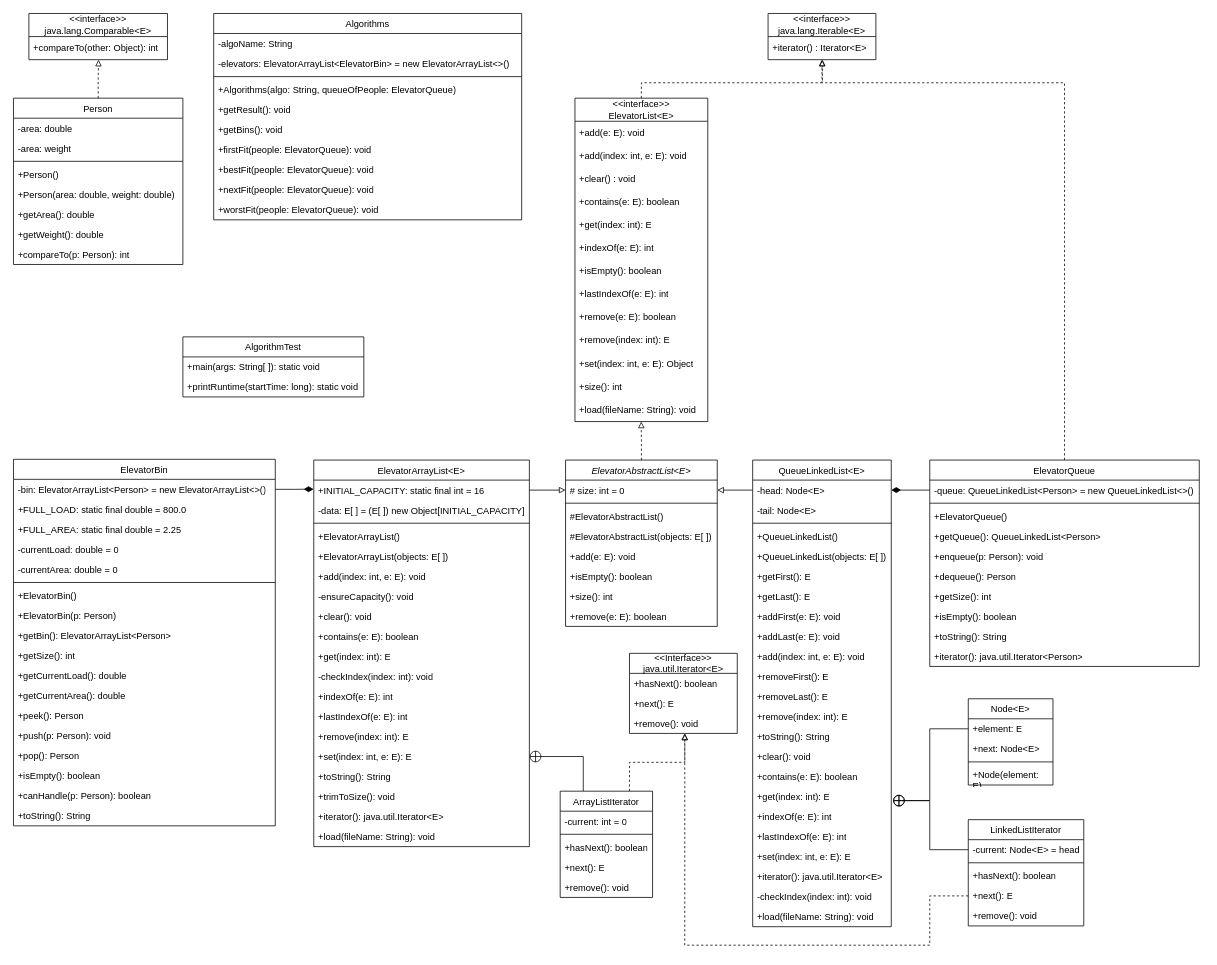
The draw.io diagram page "UML" (5 of 5) of flowcharts/flowcharts.drawio in Violetlily6060/Algorithm, before the edit. Source tidied: cells renumbered, new cells numbered last; positions are measured from the earlier drawing's top-left corner, leaving out a move shared by most shapes. Both pictures are drawn from the tidied source at 77%, with x=0, y=0 at pixel (13, 13).
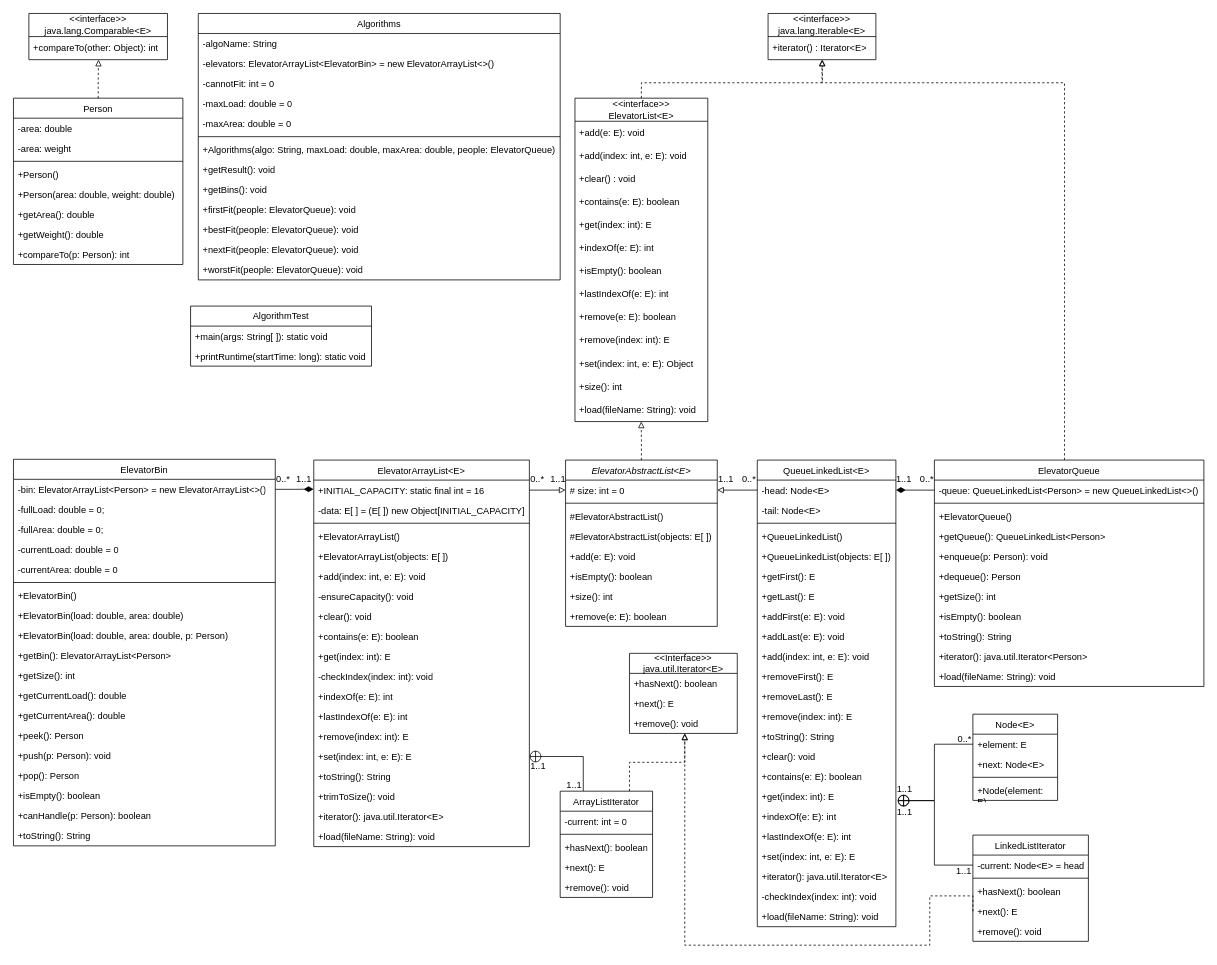
The same page after the edit.

Change to the diagram source:
```diff
@@
     <mxCell id="56" value="&lt;span style=&quot;font-weight: normal;&quot;&gt;QueueLinkedList&amp;lt;E&amp;gt;&lt;/span&gt;" style="swimlane;fontStyle=1;align=center;verticalAlign=top;horizontal=1;startSize=26;whiteSpace=wrap;html=1;" parent="1" vertex="1">
-      <mxGeometry x="960" y="580" width="180" height="606" as="geometry" />
+      <mxGeometry x="966" y="580" width="180" height="606" as="geometry" />
     </mxCell>
@@
     <mxCell id="84" value="&lt;span style=&quot;font-weight: normal;&quot;&gt;LinkedListIterator&lt;/span&gt;" style="swimlane;fontStyle=1;align=center;verticalAlign=top;horizontal=1;startSize=26;whiteSpace=wrap;html=1;" parent="1" vertex="1">
-      <mxGeometry x="1240" y="1047" width="150" height="138" as="geometry" />
+      <mxGeometry x="1246" y="1067" width="150" height="138" as="geometry" />
     </mxCell>
@@
     <mxCell id="90" value="&lt;span style=&quot;font-weight: normal;&quot;&gt;Node&amp;lt;E&amp;gt;&lt;/span&gt;" style="swimlane;fontStyle=1;align=center;verticalAlign=top;horizontal=1;startSize=26;whiteSpace=wrap;html=1;" parent="1" vertex="1">
-      <mxGeometry x="1240" y="890" width="110" height="112" as="geometry" />
+      <mxGeometry x="1246" y="910" width="110" height="112" as="geometry" />
     </mxCell>
@@
     <mxCell id="95" value="&lt;span style=&quot;font-weight: normal;&quot;&gt;ElevatorBin&lt;/span&gt;" style="swimlane;fontStyle=1;align=center;verticalAlign=top;horizontal=1;startSize=26;whiteSpace=wrap;html=1;" parent="1" vertex="1">
-      <mxGeometry y="579" width="340" height="476" as="geometry" />
+      <mxGeometry y="579" width="340" height="502" as="geometry" />
     </mxCell>
@@
-    <mxCell id="97" value="+FULL_LOAD: static final double = 800.0" style="text;strokeColor=none;fillColor=none;align=left;verticalAlign=top;spacingLeft=4;spacingRight=4;overflow=hidden;whiteSpace=wrap;html=1;" parent="95" vertex="1">
+    <mxCell id="97" value="-fullLoad: double = 0;" style="text;strokeColor=none;fillColor=none;align=left;verticalAlign=top;spacingLeft=4;spacingRight=4;overflow=hidden;whiteSpace=wrap;html=1;" parent="95" vertex="1">
       <mxGeometry y="52" width="340" height="26" as="geometry" />
     </mxCell>
-    <mxCell id="98" value="+FULL_AREA: static final double = 2.25" style="text;strokeColor=none;fillColor=none;align=left;verticalAlign=top;spacingLeft=4;spacingRight=4;overflow=hidden;whiteSpace=wrap;html=1;" parent="95" vertex="1">
+    <mxCell id="98" value="-fullArea: double = 0;" style="text;strokeColor=none;fillColor=none;align=left;verticalAlign=top;spacingLeft=4;spacingRight=4;overflow=hidden;whiteSpace=wrap;html=1;" parent="95" vertex="1">
       <mxGeometry y="78" width="340" height="26" as="geometry" />
     </mxCell>
@@
+    <mxCell id="160" value="+ElevatorBin(load: double, area: double)" style="text;strokeColor=none;fillColor=none;align=left;verticalAlign=top;spacingLeft=4;spacingRight=4;overflow=hidden;whiteSpace=wrap;html=1;" parent="95" vertex="1">
+      <mxGeometry y="190" width="340" height="26" as="geometry" />
+    </mxCell>
-    <mxCell id="103" value="+ElevatorBin(p: Person)" style="text;strokeColor=none;fillColor=none;align=left;verticalAlign=top;spacingLeft=4;spacingRight=4;overflow=hidden;whiteSpace=wrap;html=1;" parent="95" vertex="1">
-      <mxGeometry y="190" width="340" height="26" as="geometry" />
+    <mxCell id="103" value="+ElevatorBin(load: double, area: double, p: Person)" style="text;strokeColor=none;fillColor=none;align=left;verticalAlign=top;spacingLeft=4;spacingRight=4;overflow=hidden;whiteSpace=wrap;html=1;" parent="95" vertex="1">
+      <mxGeometry y="216" width="340" height="26" as="geometry" />
     </mxCell>
     <mxCell id="104" value="+getBin(): ElevatorArrayList&amp;lt;Person&amp;gt;" style="text;strokeColor=none;fillColor=none;align=left;verticalAlign=top;spacingLeft=4;spacingRight=4;overflow=hidden;whiteSpace=wrap;html=1;" parent="95" vertex="1">
-      <mxGeometry y="216" width="340" height="26" as="geometry" />
+      <mxGeometry y="242" width="340" height="26" as="geometry" />
     </mxCell>
     <mxCell id="105" value="+getSize(): int" style="text;strokeColor=none;fillColor=none;align=left;verticalAlign=top;spacingLeft=4;spacingRight=4;overflow=hidden;whiteSpace=wrap;html=1;" parent="95" vertex="1">
-      <mxGeometry y="242" width="340" height="26" as="geometry" />
+      <mxGeometry y="268" width="340" height="26" as="geometry" />
     </mxCell>
     <mxCell id="106" value="+getCurrentLoad(): double" style="text;strokeColor=none;fillColor=none;align=left;verticalAlign=top;spacingLeft=4;spacingRight=4;overflow=hidden;whiteSpace=wrap;html=1;" parent="95" vertex="1">
-      <mxGeometry y="268" width="340" height="26" as="geometry" />
+      <mxGeometry y="294" width="340" height="26" as="geometry" />
     </mxCell>
     <mxCell id="107" value="+getCurrentArea(): double" style="text;strokeColor=none;fillColor=none;align=left;verticalAlign=top;spacingLeft=4;spacingRight=4;overflow=hidden;whiteSpace=wrap;html=1;" parent="95" vertex="1">
-      <mxGeometry y="294" width="340" height="26" as="geometry" />
+      <mxGeometry y="320" width="340" height="26" as="geometry" />
     </mxCell>
     <mxCell id="108" value="+peek(): Person" style="text;strokeColor=none;fillColor=none;align=left;verticalAlign=top;spacingLeft=4;spacingRight=4;overflow=hidden;whiteSpace=wrap;html=1;" parent="95" vertex="1">
-      <mxGeometry y="320" width="340" height="26" as="geometry" />
+      <mxGeometry y="346" width="340" height="26" as="geometry" />
     </mxCell>
     <mxCell id="109" value="+push(p: Person): void" style="text;strokeColor=none;fillColor=none;align=left;verticalAlign=top;spacingLeft=4;spacingRight=4;overflow=hidden;whiteSpace=wrap;html=1;" parent="95" vertex="1">
-      <mxGeometry y="346" width="340" height="26" as="geometry" />
+      <mxGeometry y="372" width="340" height="26" as="geometry" />
     </mxCell>
     <mxCell id="110" value="+pop(): Person" style="text;strokeColor=none;fillColor=none;align=left;verticalAlign=top;spacingLeft=4;spacingRight=4;overflow=hidden;whiteSpace=wrap;html=1;" parent="95" vertex="1">
-      <mxGeometry y="372" width="340" height="26" as="geometry" />
+      <mxGeometry y="398" width="340" height="26" as="geometry" />
     </mxCell>
     <mxCell id="111" value="+isEmpty(): boolean" style="text;strokeColor=none;fillColor=none;align=left;verticalAlign=top;spacingLeft=4;spacingRight=4;overflow=hidden;whiteSpace=wrap;html=1;" parent="95" vertex="1">
-      <mxGeometry y="398" width="340" height="26" as="geometry" />
+      <mxGeometry y="424" width="340" height="26" as="geometry" />
     </mxCell>
     <mxCell id="112" value="+canHandle(p: Person): boolean" style="text;strokeColor=none;fillColor=none;align=left;verticalAlign=top;spacingLeft=4;spacingRight=4;overflow=hidden;whiteSpace=wrap;html=1;" parent="95" vertex="1">
-      <mxGeometry y="424" width="340" height="26" as="geometry" />
+      <mxGeometry y="450" width="340" height="26" as="geometry" />
     </mxCell>
     <mxCell id="113" value="+toString(): String" style="text;strokeColor=none;fillColor=none;align=left;verticalAlign=top;spacingLeft=4;spacingRight=4;overflow=hidden;whiteSpace=wrap;html=1;" parent="95" vertex="1">
-      <mxGeometry y="450" width="340" height="26" as="geometry" />
+      <mxGeometry y="476" width="340" height="26" as="geometry" />
     </mxCell>
@@
     <mxCell id="115" value="&lt;span style=&quot;font-weight: normal;&quot;&gt;ElevatorQueue&lt;/span&gt;" style="swimlane;fontStyle=1;align=center;verticalAlign=top;horizontal=1;startSize=26;whiteSpace=wrap;html=1;" parent="1" vertex="1">
-      <mxGeometry x="1190" y="580" width="350" height="268" as="geometry" />
+      <mxGeometry x="1196" y="580" width="350" height="294" as="geometry" />
     </mxCell>
@@
+    <mxCell id="161" value="+load(fileName: String): void" style="text;strokeColor=none;fillColor=none;align=left;verticalAlign=top;spacingLeft=4;spacingRight=4;overflow=hidden;whiteSpace=wrap;html=1;" parent="115" vertex="1">
+      <mxGeometry y="268" width="350" height="26" as="geometry" />
+    </mxCell>
@@
     <mxCell id="146" value="&lt;span style=&quot;font-weight: normal;&quot;&gt;Algorithms&lt;/span&gt;" style="swimlane;fontStyle=1;align=center;verticalAlign=top;horizontal=1;startSize=26;whiteSpace=wrap;html=1;" parent="1" vertex="1">
-      <mxGeometry x="260" width="400" height="268" as="geometry" />
+      <mxGeometry x="240" width="470" height="346" as="geometry" />
     </mxCell>
     <mxCell id="147" value="-algoName: String" style="text;strokeColor=none;fillColor=none;align=left;verticalAlign=top;spacingLeft=4;spacingRight=4;overflow=hidden;whiteSpace=wrap;html=1;" parent="146" vertex="1">
-      <mxGeometry y="26" width="400" height="26" as="geometry" />
+      <mxGeometry y="26" width="470" height="26" as="geometry" />
     </mxCell>
     <mxCell id="148" value="-elevators: ElevatorArrayList&amp;lt;ElevatorBin&amp;gt; = new ElevatorArrayList&amp;lt;&amp;gt;()" style="text;strokeColor=none;fillColor=none;align=left;verticalAlign=top;spacingLeft=4;spacingRight=4;overflow=hidden;whiteSpace=wrap;html=1;" parent="146" vertex="1">
-      <mxGeometry y="52" width="400" height="26" as="geometry" />
+      <mxGeometry y="52" width="470" height="26" as="geometry" />
     </mxCell>
+    <mxCell id="162" value="-cannotFit: int = 0" style="text;strokeColor=none;fillColor=none;align=left;verticalAlign=top;spacingLeft=4;spacingRight=4;overflow=hidden;whiteSpace=wrap;html=1;" parent="146" vertex="1">
+      <mxGeometry y="78" width="470" height="26" as="geometry" />
+    </mxCell>
+    <mxCell id="163" value="-maxLoad: double = 0" style="text;strokeColor=none;fillColor=none;align=left;verticalAlign=top;spacingLeft=4;spacingRight=4;overflow=hidden;whiteSpace=wrap;html=1;" parent="146" vertex="1">
+      <mxGeometry y="104" width="470" height="26" as="geometry" />
+    </mxCell>
+    <mxCell id="164" value="-maxArea: double = 0" style="text;strokeColor=none;fillColor=none;align=left;verticalAlign=top;spacingLeft=4;spacingRight=4;overflow=hidden;whiteSpace=wrap;html=1;" parent="146" vertex="1">
+      <mxGeometry y="130" width="470" height="26" as="geometry" />
+    </mxCell>
     <mxCell id="149" style="line;strokeWidth=1;fillColor=none;align=left;verticalAlign=middle;spacingTop=-1;spacingLeft=3;spacingRight=3;labelPosition=right;strokeColor=inherit;" parent="146" vertex="1">
-      <mxGeometry y="78" width="400" height="8" as="geometry" />
+      <mxGeometry y="156" width="470" height="8" as="geometry" />
     </mxCell>
-    <mxCell id="150" value="+Algorithms(algo: String, queueOfPeople: ElevatorQueue)" style="text;strokeColor=none;fillColor=none;align=left;verticalAlign=top;spacingLeft=4;spacingRight=4;overflow=hidden;whiteSpace=wrap;html=1;" parent="146" vertex="1">
-      <mxGeometry y="86" width="400" height="26" as="geometry" />
+    <mxCell id="150" value="+Algorithms(algo: String, maxLoad: double, maxArea: double, people: ElevatorQueue)" style="text;strokeColor=none;fillColor=none;align=left;verticalAlign=top;spacingLeft=4;spacingRight=4;overflow=hidden;whiteSpace=wrap;html=1;" parent="146" vertex="1">
+      <mxGeometry y="164" width="470" height="26" as="geometry" />
     </mxCell>
     <mxCell id="151" value="+getResult(): void" style="text;strokeColor=none;fillColor=none;align=left;verticalAlign=top;spacingLeft=4;spacingRight=4;overflow=hidden;whiteSpace=wrap;html=1;" parent="146" vertex="1">
-      <mxGeometry y="112" width="400" height="26" as="geometry" />
+      <mxGeometry y="190" width="470" height="26" as="geometry" />
     </mxCell>
     <mxCell id="152" value="+getBins(): void" style="text;strokeColor=none;fillColor=none;align=left;verticalAlign=top;spacingLeft=4;spacingRight=4;overflow=hidden;whiteSpace=wrap;html=1;" parent="146" vertex="1">
-      <mxGeometry y="138" width="400" height="26" as="geometry" />
+      <mxGeometry y="216" width="470" height="26" as="geometry" />
     </mxCell>
     <mxCell id="153" value="+firstFit(people: ElevatorQueue): void" style="text;strokeColor=none;fillColor=none;align=left;verticalAlign=top;spacingLeft=4;spacingRight=4;overflow=hidden;whiteSpace=wrap;html=1;" parent="146" vertex="1">
-      <mxGeometry y="164" width="400" height="26" as="geometry" />
+      <mxGeometry y="242" width="470" height="26" as="geometry" />
     </mxCell>
     <mxCell id="154" value="+bestFit(people: ElevatorQueue): void" style="text;strokeColor=none;fillColor=none;align=left;verticalAlign=top;spacingLeft=4;spacingRight=4;overflow=hidden;whiteSpace=wrap;html=1;" parent="146" vertex="1">
-      <mxGeometry y="190" width="400" height="26" as="geometry" />
+      <mxGeometry y="268" width="470" height="26" as="geometry" />
     </mxCell>
     <mxCell id="155" value="+nextFit(people: ElevatorQueue): void" style="text;strokeColor=none;fillColor=none;align=left;verticalAlign=top;spacingLeft=4;spacingRight=4;overflow=hidden;whiteSpace=wrap;html=1;" parent="146" vertex="1">
-      <mxGeometry y="216" width="400" height="26" as="geometry" />
+      <mxGeometry y="294" width="470" height="26" as="geometry" />
     </mxCell>
     <mxCell id="156" value="+worstFit(people: ElevatorQueue): void" style="text;strokeColor=none;fillColor=none;align=left;verticalAlign=top;spacingLeft=4;spacingRight=4;overflow=hidden;whiteSpace=wrap;html=1;" parent="146" vertex="1">
-      <mxGeometry y="242" width="400" height="26" as="geometry" />
+      <mxGeometry y="320" width="470" height="26" as="geometry" />
     </mxCell>
     <mxCell id="157" value="AlgorithmTest" style="swimlane;fontStyle=0;horizontal=1;startSize=26;fillColor=none;whiteSpace=wrap;html=1;" parent="1" vertex="1">
-      <mxGeometry x="220" y="420" width="235" height="78" as="geometry" />
+      <mxGeometry x="230" y="380" width="235" height="78" as="geometry" />
     </mxCell>
@@
+    <mxCell id="165" value="0..*" style="text;html=1;align=center;verticalAlign=middle;strokeColor=none;fillColor=none;" parent="1" vertex="1">
+      <mxGeometry x="1166" y="590" width="40" height="30" as="geometry" />
+    </mxCell>
+    <mxCell id="166" value="1..1" style="text;html=1;align=center;verticalAlign=middle;strokeColor=none;fillColor=none;" parent="1" vertex="1">
+      <mxGeometry x="1136" y="590" width="40" height="30" as="geometry" />
+    </mxCell>
+    <mxCell id="167" value="0..*" style="text;html=1;align=center;verticalAlign=middle;strokeColor=none;fillColor=none;" parent="1" vertex="1">
+      <mxGeometry x="934.8" y="590" width="40" height="30" as="geometry" />
+    </mxCell>
+    <mxCell id="168" value="1..1" style="text;html=1;align=center;verticalAlign=middle;strokeColor=none;fillColor=none;" parent="1" vertex="1">
+      <mxGeometry x="904.8" y="590" width="40" height="30" as="geometry" />
+    </mxCell>
+    <mxCell id="169" value="1..1" style="text;html=1;align=center;verticalAlign=middle;strokeColor=none;fillColor=none;" parent="1" vertex="1">
+      <mxGeometry x="687.2" y="590" width="40" height="30" as="geometry" />
+    </mxCell>
+    <mxCell id="170" value="0..*" style="text;html=1;align=center;verticalAlign=middle;strokeColor=none;fillColor=none;" parent="1" vertex="1">
+      <mxGeometry x="660" y="590" width="40" height="30" as="geometry" />
+    </mxCell>
+    <mxCell id="171" value="1..1" style="text;html=1;align=center;verticalAlign=middle;strokeColor=none;fillColor=none;" parent="1" vertex="1">
+      <mxGeometry x="357.2" y="590" width="40" height="30" as="geometry" />
+    </mxCell>
+    <mxCell id="172" value="0..*" style="text;html=1;align=center;verticalAlign=middle;strokeColor=none;fillColor=none;" parent="1" vertex="1">
+      <mxGeometry x="330" y="590" width="40" height="30" as="geometry" />
+    </mxCell>
+    <mxCell id="173" value="1..1" style="text;html=1;align=center;verticalAlign=middle;strokeColor=none;fillColor=none;" parent="1" vertex="1">
+      <mxGeometry x="1137" y="992" width="40" height="30" as="geometry" />
+    </mxCell>
+    <mxCell id="174" value="0..*" style="text;html=1;align=center;verticalAlign=middle;strokeColor=none;fillColor=none;" parent="1" vertex="1">
+      <mxGeometry x="1215" y="927" width="40" height="30" as="geometry" />
+    </mxCell>
+    <mxCell id="175" value="1..1" style="text;html=1;align=center;verticalAlign=middle;strokeColor=none;fillColor=none;" parent="1" vertex="1">
+      <mxGeometry x="1214" y="1099" width="40" height="30" as="geometry" />
+    </mxCell>
+    <mxCell id="176" value="1..1" style="text;html=1;align=center;verticalAlign=middle;strokeColor=none;fillColor=none;" parent="1" vertex="1">
+      <mxGeometry x="1137" y="1022" width="40" height="30" as="geometry" />
+    </mxCell>
+    <mxCell id="177" value="1..1" style="text;html=1;align=center;verticalAlign=middle;strokeColor=none;fillColor=none;" parent="1" vertex="1">
+      <mxGeometry x="661" y="963" width="40" height="30" as="geometry" />
+    </mxCell>
+    <mxCell id="178" value="1..1" style="text;html=1;align=center;verticalAlign=middle;strokeColor=none;fillColor=none;" parent="1" vertex="1">
+      <mxGeometry x="708" y="988" width="40" height="30" as="geometry" />
+    </mxCell>
```
